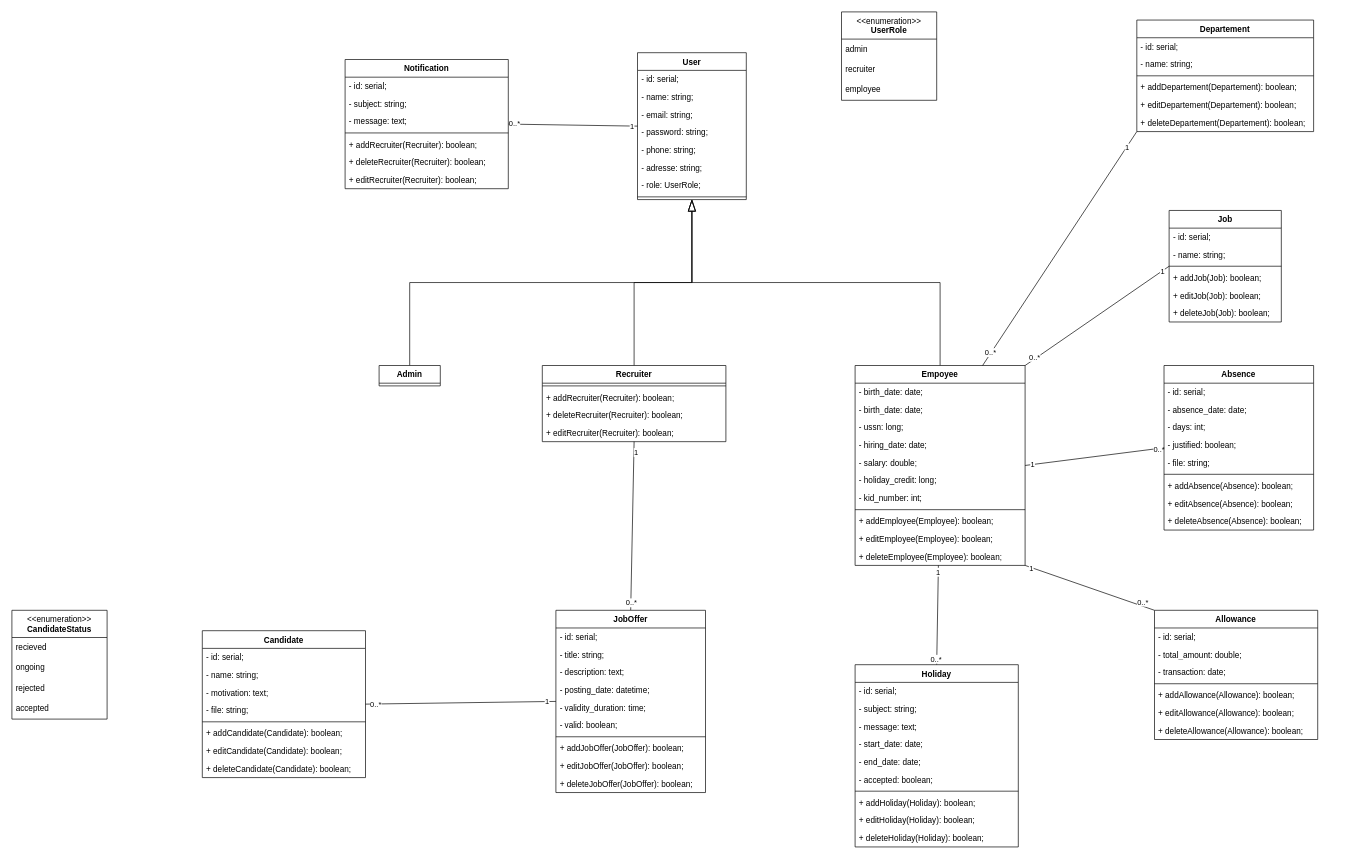
Above: EmployeesV2_UML.drawio in berghach/EmployeeV2-testing (draw.io), before the change. Source tidied: cells renumbered, new cells numbered last; positions are measured from the earlier drawing's top-left corner, leaving out a move shared by most shapes. Both pictures are drawn from the tidied source at 68%, with x=0, y=0 at pixel (12, 12).
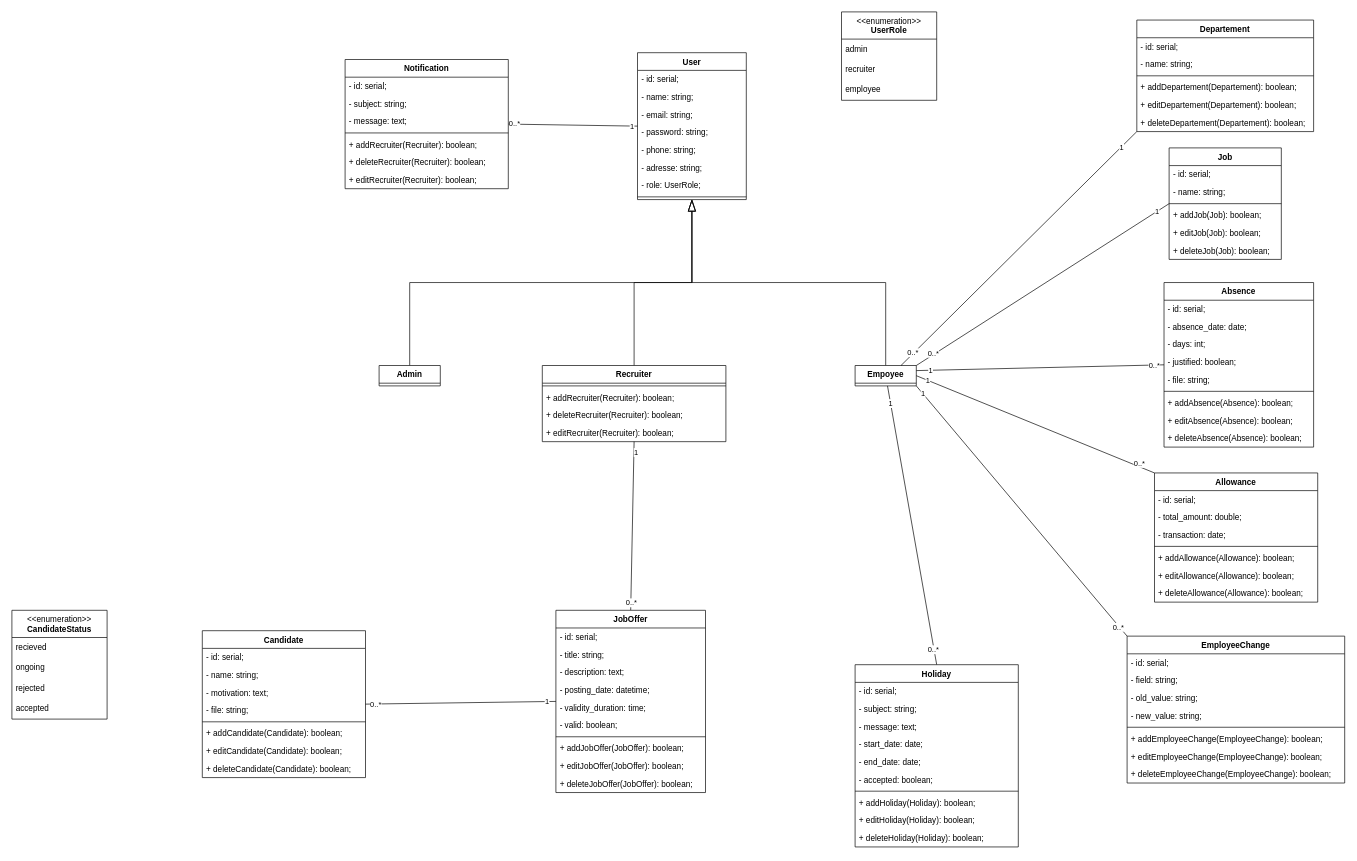
The same page after the edit.

Commit message (it also covers changes not shown here):
adding employee change data history, to be continued...

Change to the diagram source:
```diff
@@
-    <mxCell id="3" value="Empoyee" style="swimlane;fontStyle=1;align=center;verticalAlign=top;horizontal=1;startSize=26;whiteSpace=wrap;html=1;" parent="1" vertex="1">
-      <mxGeometry x="1240" y="520" width="250" height="294" as="geometry" />
+    <mxCell id="3" value="Empoyee" style="swimlane;fontStyle=1;align=center;verticalAlign=top;horizontal=1;startSize=26;whiteSpace=wrap;html=1;" parent="1" vertex="1" collapsed="1">
+      <mxGeometry x="1240" y="520" width="90" height="30" as="geometry" />
     </mxCell>
-    <mxCell id="4" value="- birth_date: date;" style="text;strokeColor=none;fillColor=none;align=left;verticalAlign=top;spacingLeft=4;spacingRight=4;overflow=hidden;whiteSpace=wrap;html=1;" parent="3" vertex="1">
-      <mxGeometry y="26" width="250" height="26" as="geometry" />
-    </mxCell>
-    <mxCell id="5" value="- birth_date: date;" style="text;strokeColor=none;fillColor=none;align=left;verticalAlign=top;spacingLeft=4;spacingRight=4;overflow=hidden;whiteSpace=wrap;html=1;" parent="3" vertex="1">
-      <mxGeometry y="52" width="250" height="26" as="geometry" />
-    </mxCell>
-    <mxCell id="6" value="- ussn: long;" style="text;strokeColor=none;fillColor=none;align=left;verticalAlign=top;spacingLeft=4;spacingRight=4;overflow=hidden;whiteSpace=wrap;html=1;" parent="3" vertex="1">
-      <mxGeometry y="78" width="250" height="26" as="geometry" />
-    </mxCell>
-    <mxCell id="7" value="- hiring_date: date;" style="text;strokeColor=none;fillColor=none;align=left;verticalAlign=top;spacingLeft=4;spacingRight=4;overflow=hidden;whiteSpace=wrap;html=1;" parent="3" vertex="1">
-      <mxGeometry y="104" width="250" height="26" as="geometry" />
-    </mxCell>
-    <mxCell id="8" value="- salary: double;" style="text;strokeColor=none;fillColor=none;align=left;verticalAlign=top;spacingLeft=4;spacingRight=4;overflow=hidden;whiteSpace=wrap;html=1;" parent="3" vertex="1">
-      <mxGeometry y="130" width="250" height="26" as="geometry" />
-    </mxCell>
-    <mxCell id="9" value="- holiday_credit: long;" style="text;strokeColor=none;fillColor=none;align=left;verticalAlign=top;spacingLeft=4;spacingRight=4;overflow=hidden;whiteSpace=wrap;html=1;" parent="3" vertex="1">
-      <mxGeometry y="156" width="250" height="26" as="geometry" />
-    </mxCell>
-    <mxCell id="10" value="- kid_number: int;" style="text;strokeColor=none;fillColor=none;align=left;verticalAlign=top;spacingLeft=4;spacingRight=4;overflow=hidden;whiteSpace=wrap;html=1;" parent="3" vertex="1">
-      <mxGeometry y="182" width="250" height="26" as="geometry" />
-    </mxCell>
-    <mxCell id="11" style="line;strokeWidth=1;fillColor=none;align=left;verticalAlign=middle;spacingTop=-1;spacingLeft=3;spacingRight=3;labelPosition=right;strokeColor=inherit;" parent="3" vertex="1">
-      <mxGeometry y="208" width="250" height="8" as="geometry" />
-    </mxCell>
-    <mxCell id="12" value="+ addEmployee(Employee): boolean;" style="text;strokeColor=none;fillColor=none;align=left;verticalAlign=top;spacingLeft=4;spacingRight=4;overflow=hidden;whiteSpace=wrap;html=1;" parent="3" vertex="1">
-      <mxGeometry y="216" width="250" height="26" as="geometry" />
-    </mxCell>
-    <mxCell id="13" value="+ editEmployee(Employee): boolean;" style="text;strokeColor=none;fillColor=none;align=left;verticalAlign=top;spacingLeft=4;spacingRight=4;overflow=hidden;whiteSpace=wrap;html=1;" parent="3" vertex="1">
-      <mxGeometry y="242" width="250" height="26" as="geometry" />
-    </mxCell>
-    <mxCell id="14" value="+ deleteEmployee(Employee): boolean;" style="text;strokeColor=none;fillColor=none;align=left;verticalAlign=top;spacingLeft=4;spacingRight=4;overflow=hidden;whiteSpace=wrap;html=1;" parent="3" vertex="1">
-      <mxGeometry y="268" width="250" height="26" as="geometry" />
-    </mxCell>
@@
     <mxCell id="18" value="Job" style="swimlane;fontStyle=1;align=center;verticalAlign=top;horizontal=1;startSize=26;whiteSpace=wrap;html=1;" parent="1" vertex="1">
-      <mxGeometry x="1701.8" y="292" width="165" height="164" as="geometry" />
+      <mxGeometry x="1701.8" y="200" width="165" height="164" as="geometry" />
     </mxCell>
@@
-    <mxCell id="78" style="rounded=0;jettySize=auto;html=1;exitX=0;exitY=0;exitDx=0;exitDy=0;entryX=1;entryY=1;entryDx=0;entryDy=0;endArrow=none;endFill=0;" parent="1" edge="1" source="81" target="3">
+    <mxCell id="78" style="rounded=0;jettySize=auto;html=1;exitX=0;exitY=0;exitDx=0;exitDy=0;entryX=1;entryY=0.5;entryDx=0;entryDy=0;endArrow=none;endFill=0;" parent="1" edge="1" source="81" target="3">
       <mxGeometry relative="1" as="geometry" />
     </mxCell>
@@
     <mxCell id="81" value="Allowance" style="swimlane;fontStyle=1;align=center;verticalAlign=top;horizontal=1;startSize=26;whiteSpace=wrap;html=1;rounded=0;shadow=0;glass=0;swimlaneLine=1;" parent="1" vertex="1">
-      <mxGeometry x="1680.3" y="880" width="240" height="190" as="geometry" />
+      <mxGeometry x="1680.3" y="678" width="240" height="190" as="geometry" />
     </mxCell>
@@
-    <mxCell id="89" style="rounded=0;jettySize=auto;html=1;exitX=0;exitY=0.5;exitDx=0;exitDy=0;entryX=1;entryY=0.5;entryDx=0;entryDy=0;endArrow=none;endFill=0;" parent="1" edge="1" source="92" target="3">
+    <mxCell id="89" style="rounded=0;jettySize=auto;html=1;exitX=0;exitY=0.5;exitDx=0;exitDy=0;entryX=1;entryY=0.25;entryDx=0;entryDy=0;endArrow=none;endFill=0;" parent="1" edge="1" source="92" target="3">
       <mxGeometry relative="1" as="geometry" />
     </mxCell>
@@
     <mxCell id="92" value="Absence" style="swimlane;fontStyle=1;align=center;verticalAlign=top;horizontal=1;startSize=26;whiteSpace=wrap;html=1;" parent="1" vertex="1">
-      <mxGeometry x="1694.3" y="520" width="220" height="242" as="geometry" />
+      <mxGeometry x="1694.3" y="398" width="220" height="242" as="geometry" />
     </mxCell>
@@
+    <mxCell id="136" style="rounded=0;jettySize=auto;html=1;exitX=0;exitY=0;exitDx=0;exitDy=0;entryX=1;entryY=1;entryDx=0;entryDy=0;endArrow=none;endFill=0;" parent="1" edge="1" source="139" target="3">
+      <mxGeometry relative="1" as="geometry" />
+    </mxCell>
+    <mxCell id="137" value="1" style="edgeLabel;html=1;align=center;verticalAlign=middle;" parent="136" vertex="1">
+      <mxGeometry x="0.94" y="-1" relative="1" as="geometry" />
+    </mxCell>
+    <mxCell id="138" value="0..*" style="edgeLabel;html=1;align=center;verticalAlign=middle;" parent="136" vertex="1">
+      <mxGeometry x="-0.92" y="1" relative="1" as="geometry" />
+    </mxCell>
+    <mxCell id="139" value="EmployeeChange" style="swimlane;fontStyle=1;align=center;verticalAlign=top;horizontal=1;startSize=26;whiteSpace=wrap;html=1;rounded=0;shadow=0;glass=0;swimlaneLine=1;" parent="1" vertex="1">
+      <mxGeometry x="1640" y="918" width="320" height="216" as="geometry" />
+    </mxCell>
+    <mxCell id="140" value="- id: serial;" style="text;strokeColor=none;fillColor=none;align=left;verticalAlign=top;spacingLeft=4;spacingRight=4;overflow=hidden;whiteSpace=wrap;html=1;" parent="139" vertex="1">
+      <mxGeometry y="26" width="320" height="26" as="geometry" />
+    </mxCell>
+    <mxCell id="141" value="- field: string;" style="text;strokeColor=none;fillColor=none;align=left;verticalAlign=top;spacingLeft=4;spacingRight=4;overflow=hidden;whiteSpace=wrap;html=1;" parent="139" vertex="1">
+      <mxGeometry y="52" width="320" height="26" as="geometry" />
+    </mxCell>
+    <mxCell id="142" value="- old_value: string;" style="text;strokeColor=none;fillColor=none;align=left;verticalAlign=top;spacingLeft=4;spacingRight=4;overflow=hidden;whiteSpace=wrap;html=1;" parent="139" vertex="1">
+      <mxGeometry y="78" width="320" height="26" as="geometry" />
+    </mxCell>
+    <mxCell id="143" value="- new_value: string;" style="text;strokeColor=none;fillColor=none;align=left;verticalAlign=top;spacingLeft=4;spacingRight=4;overflow=hidden;whiteSpace=wrap;html=1;" parent="139" vertex="1">
+      <mxGeometry y="104" width="320" height="26" as="geometry" />
+    </mxCell>
+    <mxCell id="144" style="line;strokeWidth=1;fillColor=none;align=left;verticalAlign=middle;spacingTop=-1;spacingLeft=3;spacingRight=3;labelPosition=right;strokeColor=inherit;" parent="139" vertex="1">
+      <mxGeometry y="130" width="320" height="8" as="geometry" />
+    </mxCell>
+    <mxCell id="145" value="+ addEmployeeChange(EmployeeChange): boolean;" style="text;strokeColor=none;fillColor=none;align=left;verticalAlign=top;spacingLeft=4;spacingRight=4;overflow=hidden;whiteSpace=wrap;html=1;" parent="139" vertex="1">
+      <mxGeometry y="138" width="320" height="26" as="geometry" />
+    </mxCell>
+    <mxCell id="146" value="+ editEmployeeChange(EmployeeChange): boolean;" style="text;strokeColor=none;fillColor=none;align=left;verticalAlign=top;spacingLeft=4;spacingRight=4;overflow=hidden;whiteSpace=wrap;html=1;" parent="139" vertex="1">
+      <mxGeometry y="164" width="320" height="26" as="geometry" />
+    </mxCell>
+    <mxCell id="147" value="+ deleteEmployeeChange(EmployeeChange): boolean;" style="text;strokeColor=none;fillColor=none;align=left;verticalAlign=top;spacingLeft=4;spacingRight=4;overflow=hidden;whiteSpace=wrap;html=1;" parent="139" vertex="1">
+      <mxGeometry y="190" width="320" height="26" as="geometry" />
+    </mxCell>
```
